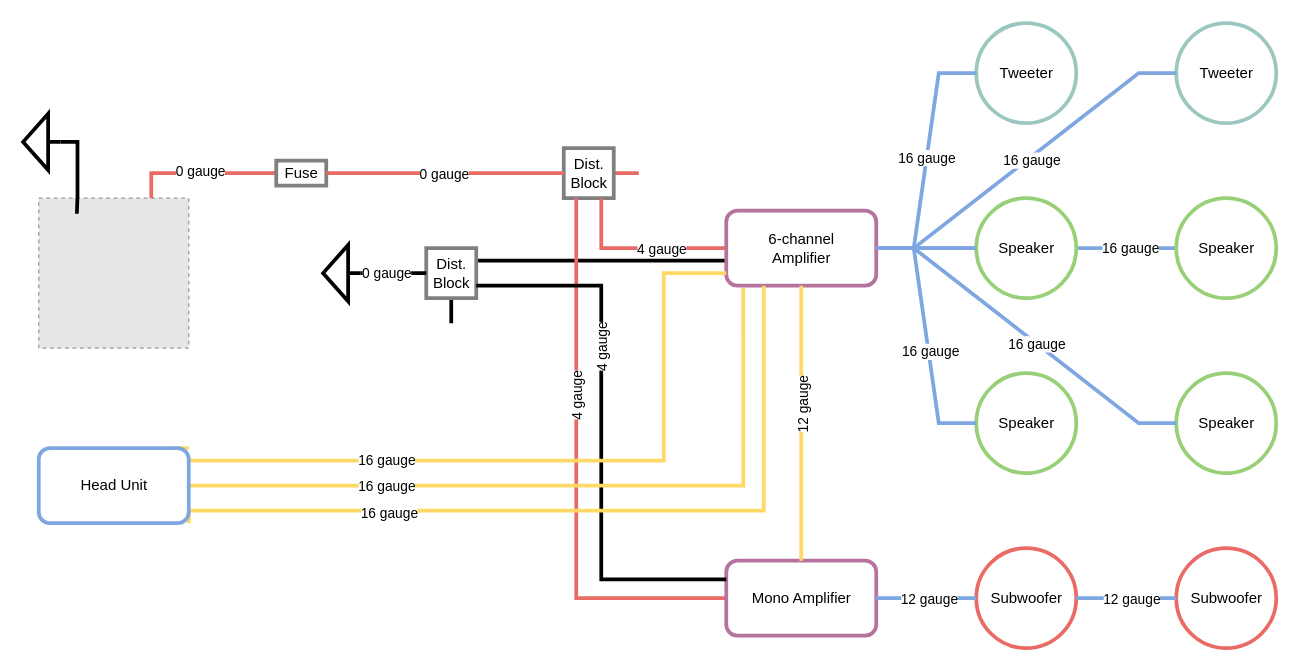
nicholasleblanc/diagrams keeps this draw.io diagram as Kia Optima Stereo.drawio. Above is the earlier version. Source tidied: cells renumbered, new cells numbered last; positions are measured from the earlier drawing's top-left corner, leaving out a move shared by most shapes. Both pictures are drawn from the tidied source at 125%, with x=0, y=0 at pixel (12, 22). Pictures stored in the file or linked from it are replaced by grey dashed boxes.
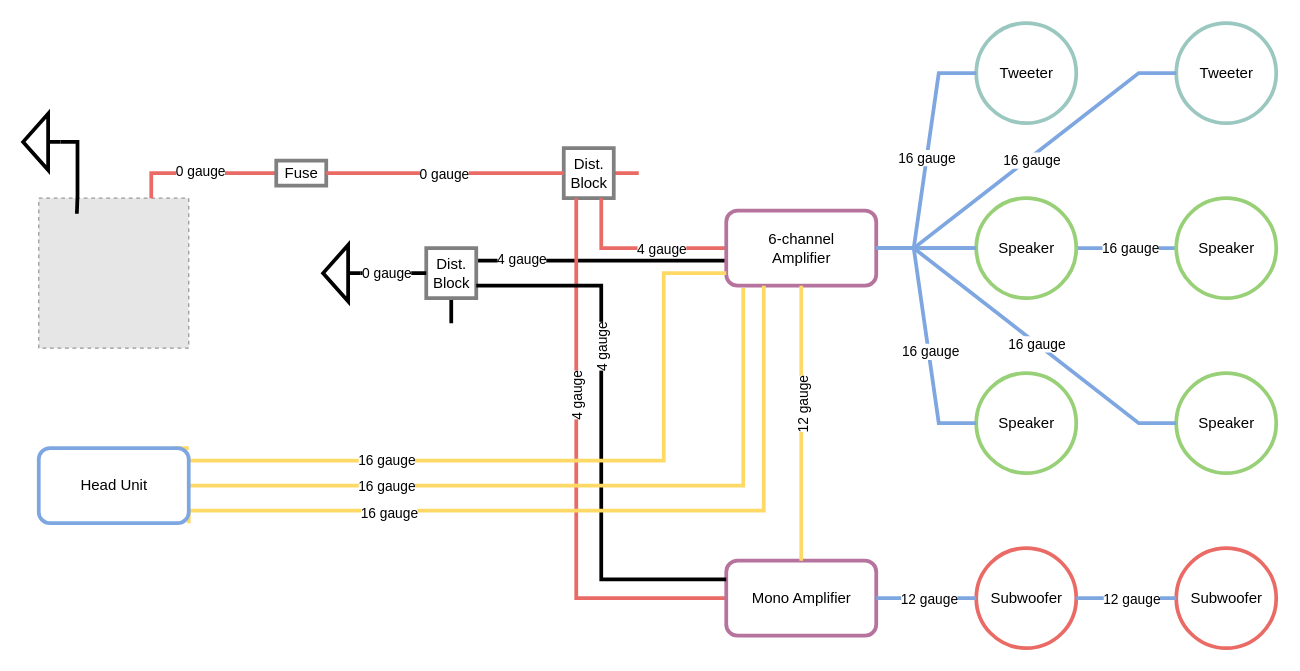
After the change.

Unchanged cells that the change refers to:
```xml
<mxCell id="4" style="edgeStyle=orthogonalEdgeStyle;rounded=0;jettySize=auto;html=1;entryX=0.333;entryY=0.667;entryDx=0;entryDy=0;entryPerimeter=0;strokeColor=#000000;strokeWidth=3;endArrow=none;endFill=0;exitX=1;exitY=0.25;exitDx=0;exitDy=0;" parent="1" edge="1" source="7" target="17">
  <mxGeometry relative="1" as="geometry" />
</mxCell>
```

Change to the diagram source:
```diff
@@
+    <mxCell id="58" value="4 gauge" style="edgeLabel;html=1;align=center;verticalAlign=middle;" parent="4" vertex="1">
+      <mxGeometry x="-0.7" y="2" relative="1" as="geometry" />
+    </mxCell>
```
